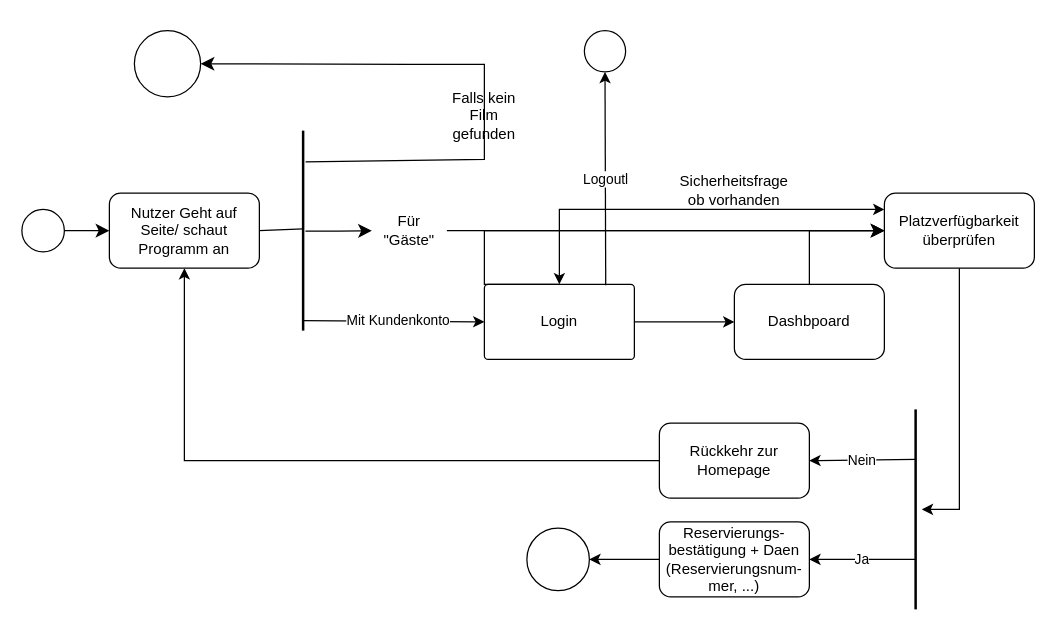
Before: src/main/asciidoc/models/analysis/Aktivität/NutzerDiagramm.drawio in Leonard0108/Anwendungsprogrammierung, a draw.io diagram. Source tidied: cells renumbered, new cells numbered last; positions are measured from the earlier drawing's top-left corner, leaving out a move shared by most shapes. Both pictures are drawn from the tidied source at 125%, with x=0, y=0 at pixel (21, 30).
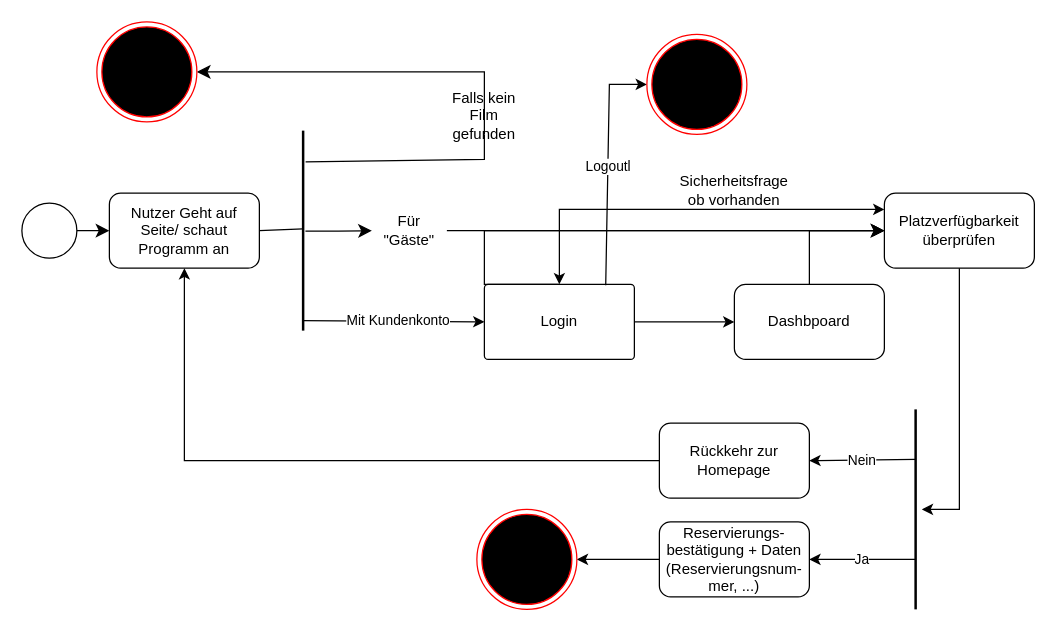
The same diagram, later.

The change refers to these unchanged cells:
```xml
<mxCell id="11" value="Login" style="rounded=1;whiteSpace=wrap;html=1;arcSize=5;" parent="1" vertex="1">
  <mxGeometry x="370" y="203" width="120" height="60" as="geometry" />
</mxCell>
```

Diff of the diagram source:
```diff
@@
     <mxCell id="2" style="ellipse;whiteSpace=wrap;html=1;" parent="1" vertex="1">
-      <mxGeometry y="143" width="34" height="34" as="geometry" />
+      <mxGeometry y="138" width="44" height="44" as="geometry" />
     </mxCell>
@@
-    <mxCell id="7" style="ellipse;whiteSpace=wrap;html=1;" parent="1" vertex="1">
-      <mxGeometry x="90" width="53" height="53" as="geometry" />
-    </mxCell>
-    <mxCell id="8" style="edgeStyle=segmentEdgeStyle;endArrow=classic;html=1;curved=0;rounded=0;endSize=8;startSize=8;entryX=1;entryY=0.5;entryDx=0;entryDy=0;" parent="1" edge="1" target="7">
+    <mxCell id="8" style="edgeStyle=segmentEdgeStyle;endArrow=classic;html=1;curved=0;rounded=0;endSize=8;startSize=8;entryX=1;entryY=0.5;entryDx=0;entryDy=0;" parent="1" edge="1" target="37">
       <mxGeometry relative="1" as="geometry">
         <mxPoint x="370" y="83" as="sourcePoint" />
         <Array as="points">
-          <mxPoint x="310" y="27" />
-          <mxPoint x="305" y="27" />
+          <mxPoint x="370" y="33" />
         </Array>
       </mxGeometry>
     </mxCell>
@@
-    <mxCell id="25" style="ellipse;whiteSpace=wrap;html=1;" parent="1" vertex="1">
-      <mxGeometry x="450" width="33" height="33" as="geometry" />
-    </mxCell>
-    <mxCell id="26" style="endArrow=classic;html=1;rounded=0;exitX=0.809;exitY=0.011;exitDx=0;exitDy=0;entryX=0.5;entryY=1;entryDx=0;entryDy=0;exitPerimeter=0;" parent="1" edge="1" source="11" target="25">
-      <mxGeometry relative="1" as="geometry" />
+    <mxCell id="26" style="endArrow=classic;html=1;rounded=0;exitX=0.809;exitY=0.011;exitDx=0;exitDy=0;exitPerimeter=0;entryX=0;entryY=0.5;entryDx=0;entryDy=0;" parent="1" edge="1" source="11" target="38">
+      <mxGeometry relative="1" as="geometry">
+        <Array as="points">
+          <mxPoint x="470" y="43" />
+        </Array>
+      </mxGeometry>
     </mxCell>
@@
-    <mxCell id="29" style="ellipse;whiteSpace=wrap;html=1;" parent="1" vertex="1">
-      <mxGeometry x="404" y="398" width="50" height="50" as="geometry" />
-    </mxCell>
@@
-    <mxCell id="34" value="Reservierungs-bestätigung + Daen (Reservierungsnum-&lt;br&gt;mer, ...)" style="rounded=1;whiteSpace=wrap;html=1;" parent="1" vertex="1">
+    <mxCell id="34" value="Reservierungs-bestätigung + Daten (Reservierungsnum-&lt;br&gt;mer, ...)" style="rounded=1;whiteSpace=wrap;html=1;" parent="1" vertex="1">
       <mxGeometry x="510" y="393" width="120" height="60" as="geometry" />
     </mxCell>
-    <mxCell id="35" style="endArrow=classic;html=1;rounded=0;exitX=0;exitY=0.5;exitDx=0;exitDy=0;entryX=1;entryY=0.5;entryDx=0;entryDy=0;" parent="1" edge="1" source="34" target="29">
+    <mxCell id="35" style="endArrow=classic;html=1;rounded=0;exitX=0;exitY=0.5;exitDx=0;exitDy=0;entryX=1;entryY=0.5;entryDx=0;entryDy=0;" parent="1" edge="1" source="34" target="39">
       <mxGeometry relative="1" as="geometry" />
     </mxCell>
@@
+    <mxCell id="37" style="ellipse;html=1;shape=endState;fillColor=#000000;strokeColor=#ff0000;" parent="1" vertex="1">
+      <mxGeometry x="60" y="-7" width="80" height="80" as="geometry" />
+    </mxCell>
+    <mxCell id="38" style="ellipse;html=1;shape=endState;fillColor=#000000;strokeColor=#ff0000;" parent="1" vertex="1">
+      <mxGeometry x="500" y="3" width="80" height="80" as="geometry" />
+    </mxCell>
+    <mxCell id="39" style="ellipse;html=1;shape=endState;fillColor=#000000;strokeColor=#ff0000;" parent="1" vertex="1">
+      <mxGeometry x="364" y="383" width="80" height="80" as="geometry" />
+    </mxCell>
```
